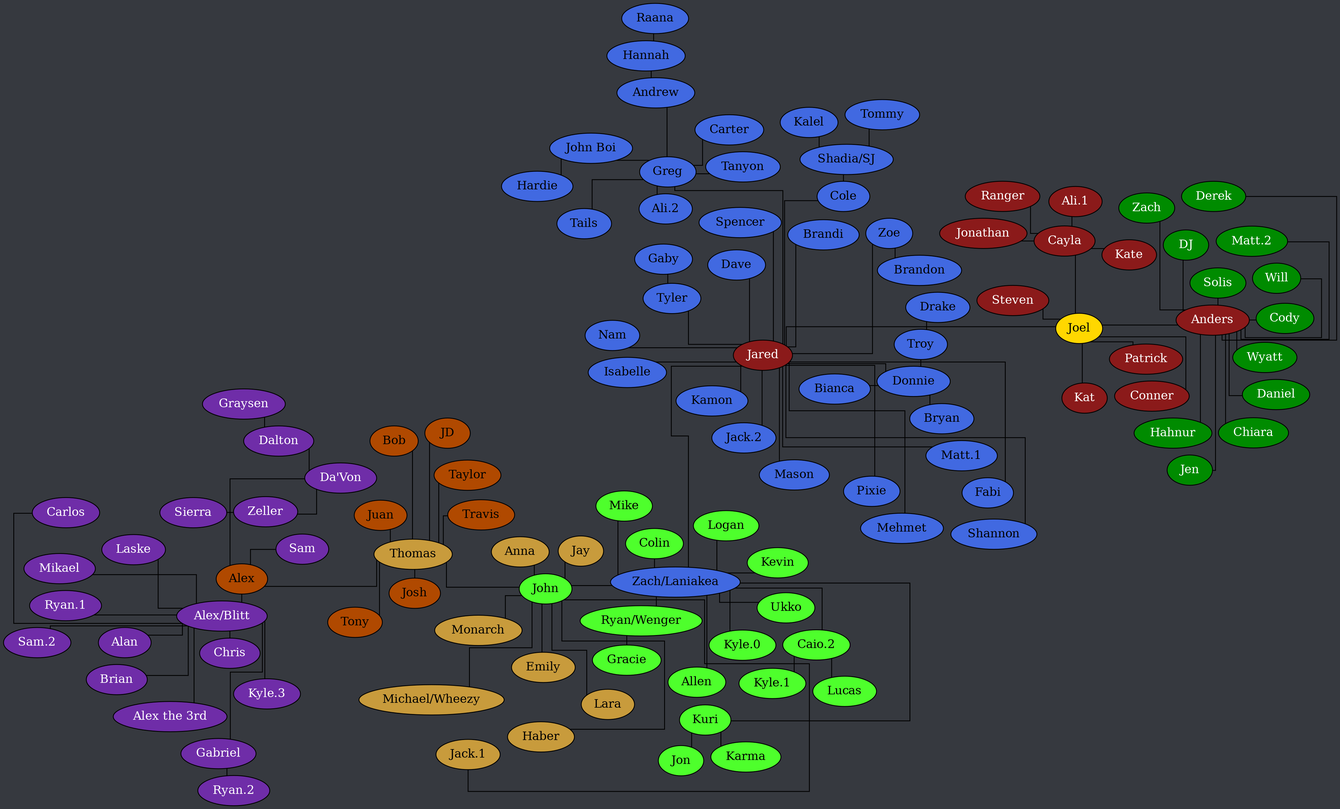
The Graphviz diagram tree.png in Documidas/CoronaCatzFamilyTree, before a commit. Its source is kept beside it as tree.dot.
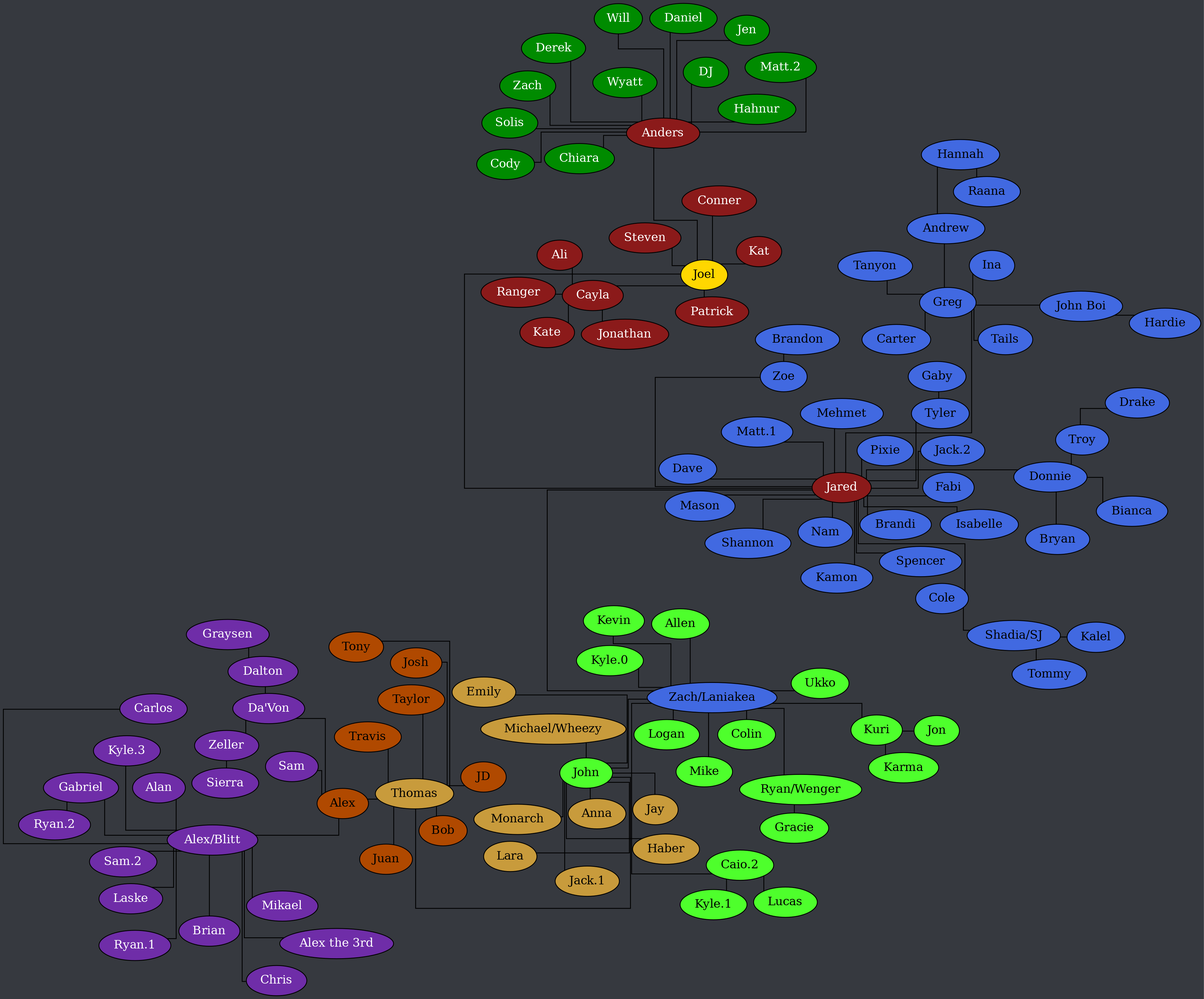
After the commit.

Commit message:
Rename Ali.2 to Ina, Ali.1 to Ali

Diff of the diagram source:
```diff
@@ -15,7 +15,7 @@
 		node [ style=filled fillcolor="firebrick4" fontcolor="white" ];
 		Joel [ style=filled fillcolor="gold" fontcolor="black" ];
 
-		Cayla -- "Ali.1";
+		Cayla -- Ali;
 		Cayla -- Jonathan;
 		Cayla -- Kate;
 		Cayla -- Ranger;
@@ -53,9 +53,9 @@
 		Donnie -- Bianca;
 		Donnie -- Bryan;
 		Donnie -- Troy;
-		Greg -- "Ali.2";
 		Greg -- Andrew;
 		Greg -- Carter;
+		Greg -- Ina;
 		Greg -- "John Boi";
 		Greg -- Tails;
 		Greg -- Tanyon;
```
